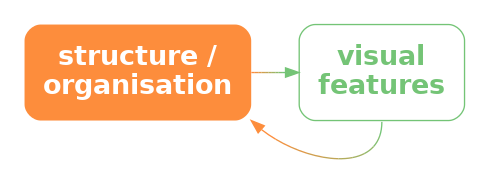
This is Diagrams/org-vis-decode.png from pmur002/hdvw, a Graphviz export, as it was before one commit. Its source is kept beside it as Diagrams/org-vis-decode.dot.
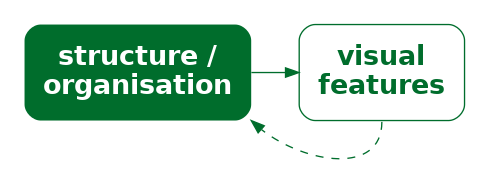
Above is the later version.

What changed in the source:
```diff
@@ -1,9 +1,9 @@
 digraph {
   graph [ rankdir=LR; margin=.2; nodesep=.5 ];
   node [ fontsize=20; fontname="sans bold"; margin=.2 ];
-  org [ label="structure /\norganisation"; shape=box; style="filled, rounded"; penwidth=0; fontcolor=white; fillcolor="#FD8D3C" ]
+  org [ label="structure /\norganisation"; shape=box; style="filled, rounded"; penwidth=0; fontcolor=white; fillcolor="#006D2C" ]
   vis [ label="visual\nfeatures"; shape=box;
-     style="rounded"; color="#74C476"; fontcolor="#74C476" ]
-  org -> vis [ style="bold"; penwidth=1; color="#FD8D3C;0.1:#EE9342;0.1:#DF9949;0.1:#CF9F4F;0.1:#C0A556;0.1:#B1AC5C;0.1:#A2B263;0.1:#92B869;0.1:#83BE70;0.1:#74C476;0.1" ]
-  vis:s -> org:se [ style="solid", color="#74C476;0.1:#83BE70;0.1:#92B869;0.1:#A2B263;0.1:#B1AC5C;0.1:#C0A556;0.1:#CF9F4F;0.1:#DF9949;0.1:#EE9342;0.1:#FD8D3C;0.1" ]
+     style="rounded"; color="#006D2C"; fontcolor="#006D2C" ]
+  org -> vis [ style="bold"; penwidth=1; color="#006D2C" ]
+  vis:s -> org:se [ style="dashed", color="#006D2C" ]
 }
```
